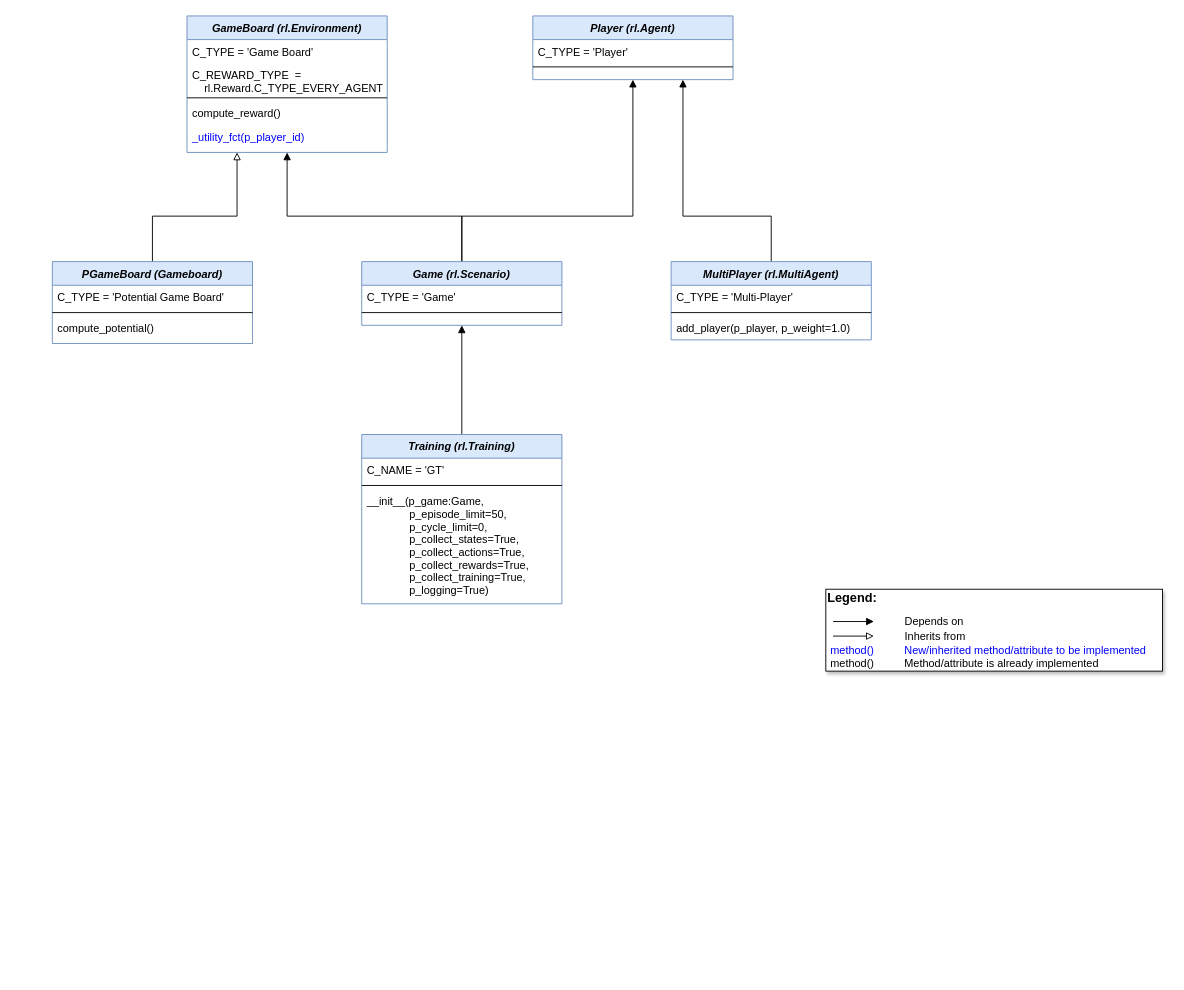
Earlier version of the draw.io diagram doc/gt/MLPro-GT class diagram.drawio (fhswf/MLPro). Source tidied: cells renumbered, new cells numbered last; positions are measured from the earlier drawing's top-left corner, leaving out a move shared by most shapes. Both pictures are drawn from the tidied source at 91%, with x=0, y=0 at pixel (52, 15).
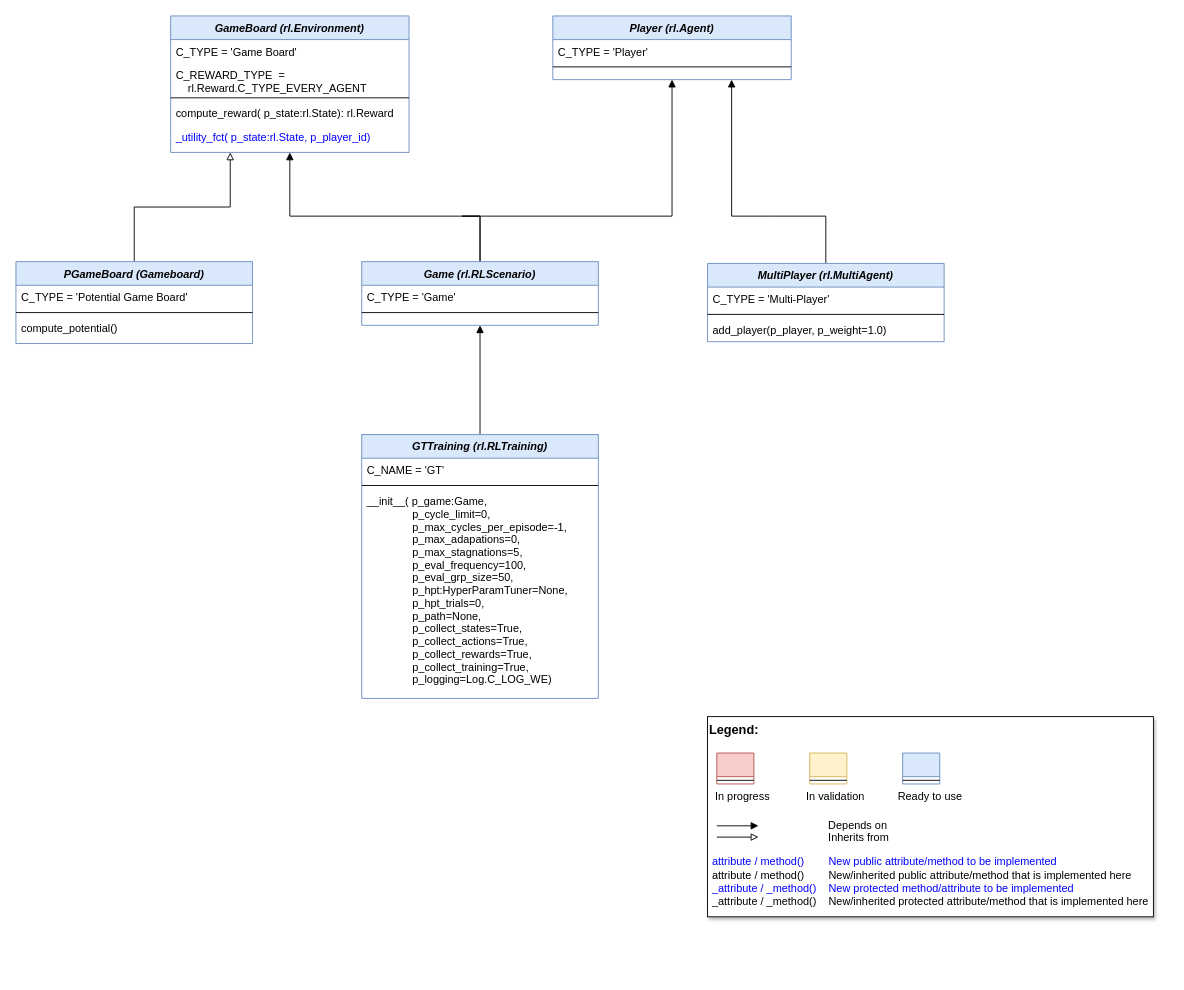
The same diagram, later.

Change to the diagram source:
```diff
@@
     <mxCell id="2" value="Player (rl.Agent)" style="swimlane;fontStyle=3;align=center;verticalAlign=top;horizontal=1;startSize=26;rounded=0;shadow=0;strokeWidth=1;fillColor=#dae8fc;strokeColor=#6c8ebf;" parent="1" vertex="1">
-      <mxGeometry x="528" width="220" height="70" as="geometry" />
+      <mxGeometry x="550" width="262" height="70" as="geometry" />
     </mxCell>
     <mxCell id="3" value="C_TYPE = 'Player'" style="text;align=left;verticalAlign=top;spacingLeft=4;spacingRight=4;overflow=hidden;" parent="2" vertex="1">
-      <mxGeometry y="26" width="220" height="26" as="geometry" />
+      <mxGeometry y="26" width="262" height="26" as="geometry" />
     </mxCell>
     <mxCell id="4" style="line;html=1;strokeWidth=1;align=left;verticalAlign=middle;spacingTop=-1;spacingLeft=3;spacingRight=3;labelPosition=right;" parent="2" vertex="1">
-      <mxGeometry y="52" width="220" height="8" as="geometry" />
+      <mxGeometry y="52" width="262" height="8" as="geometry" />
     </mxCell>
     <mxCell id="5" value="GameBoard (rl.Environment)" style="swimlane;fontStyle=3;align=center;verticalAlign=top;horizontal=1;startSize=26;rounded=0;shadow=0;strokeWidth=1;fillColor=#dae8fc;strokeColor=#6c8ebf;" parent="1" vertex="1">
-      <mxGeometry x="148" width="220" height="150" as="geometry" />
+      <mxGeometry x="130" width="262" height="150" as="geometry" />
     </mxCell>
     <mxCell id="6" value="C_TYPE = 'Game Board'" style="text;align=left;verticalAlign=top;spacingLeft=4;spacingRight=4;overflow=hidden;" parent="5" vertex="1">
-      <mxGeometry y="26" width="220" height="26" as="geometry" />
+      <mxGeometry y="26" width="262" height="26" as="geometry" />
     </mxCell>
     <mxCell id="7" value="C_REWARD_TYPE  = &#10;    rl.Reward.C_TYPE_EVERY_AGENT" style="text;align=left;verticalAlign=top;spacingLeft=4;spacingRight=4;overflow=hidden;" parent="5" vertex="1">
-      <mxGeometry y="52" width="220" height="34" as="geometry" />
+      <mxGeometry y="52" width="262" height="34" as="geometry" />
     </mxCell>
     <mxCell id="8" style="line;html=1;strokeWidth=1;align=left;verticalAlign=middle;spacingTop=-1;spacingLeft=3;spacingRight=3;labelPosition=right;" parent="5" vertex="1">
-      <mxGeometry y="86" width="220" height="8" as="geometry" />
+      <mxGeometry y="86" width="262" height="8" as="geometry" />
     </mxCell>
-    <mxCell id="9" value="compute_reward()" style="text;align=left;verticalAlign=top;spacingLeft=4;spacingRight=4;overflow=hidden;" parent="5" vertex="1">
-      <mxGeometry y="94" width="220" height="26" as="geometry" />
+    <mxCell id="9" value="compute_reward( p_state:rl.State): rl.Reward" style="text;align=left;verticalAlign=top;spacingLeft=4;spacingRight=4;overflow=hidden;" parent="5" vertex="1">
+      <mxGeometry y="94" width="262" height="26" as="geometry" />
     </mxCell>
-    <mxCell id="10" value="_utility_fct(p_player_id)" style="text;align=left;verticalAlign=top;spacingLeft=4;spacingRight=4;overflow=hidden;fontColor=#0000FF;" parent="5" vertex="1">
-      <mxGeometry y="120" width="220" height="26" as="geometry" />
+    <mxCell id="10" value="_utility_fct( p_state:rl.State, p_player_id)" style="text;align=left;verticalAlign=top;spacingLeft=4;spacingRight=4;overflow=hidden;fontColor=#0000FF;" parent="5" vertex="1">
+      <mxGeometry y="120" width="262" height="26" as="geometry" />
     </mxCell>
@@
-    <mxCell id="13" value="Game (rl.Scenario)" style="swimlane;fontStyle=3;align=center;verticalAlign=top;horizontal=1;startSize=26;rounded=0;shadow=0;strokeWidth=1;fillColor=#dae8fc;strokeColor=#6c8ebf;" parent="1" vertex="1">
-      <mxGeometry x="340" y="270" width="220" height="70" as="geometry" />
+    <mxCell id="13" value="Game (rl.RLScenario)" style="swimlane;fontStyle=3;align=center;verticalAlign=top;horizontal=1;startSize=26;rounded=0;shadow=0;strokeWidth=1;fillColor=#dae8fc;strokeColor=#6c8ebf;" parent="1" vertex="1">
+      <mxGeometry x="340" y="270" width="260" height="70" as="geometry" />
     </mxCell>
     <mxCell id="14" value="C_TYPE = 'Game'" style="text;align=left;verticalAlign=top;spacingLeft=4;spacingRight=4;overflow=hidden;" parent="13" vertex="1">
-      <mxGeometry y="26" width="220" height="26" as="geometry" />
+      <mxGeometry y="26" width="260" height="26" as="geometry" />
     </mxCell>
     <mxCell id="15" style="line;html=1;strokeWidth=1;align=left;verticalAlign=middle;spacingTop=-1;spacingLeft=3;spacingRight=3;labelPosition=right;" parent="13" vertex="1">
-      <mxGeometry y="52" width="220" height="8" as="geometry" />
+      <mxGeometry y="52" width="260" height="8" as="geometry" />
     </mxCell>
-    <mxCell id="16" style="group;" parent="1" vertex="1">
-      <mxGeometry x="850" y="630" width="370" height="90" as="geometry" />
-    </mxCell>
-    <mxCell id="17" value="&lt;font color=&quot;#000000&quot; size=&quot;1&quot;&gt;&lt;b style=&quot;font-size: 14px&quot;&gt;Legend:&lt;br&gt;&lt;/b&gt;&lt;/font&gt;&lt;br&gt;&lt;br&gt;&lt;br&gt;&lt;font color=&quot;#0000ff&quot;&gt;&amp;nbsp;method()&amp;nbsp; &amp;nbsp; &amp;nbsp; &amp;nbsp; &amp;nbsp; New/inherited method/attribute to be implemented&lt;/font&gt;&lt;br&gt;&lt;font color=&quot;#000000&quot;&gt;&amp;nbsp;method()&amp;nbsp; &amp;nbsp; &amp;nbsp; &amp;nbsp; &amp;nbsp; Method/attribute is already implemented&lt;/font&gt;" style="text;html=1;align=left;verticalAlign=middle;whiteSpace=wrap;rounded=0;fontColor=#006600;strokeColor=#000000;shadow=1;fillColor=#ffffff;" parent="16" vertex="1">
-      <mxGeometry width="370" height="90" as="geometry" />
-    </mxCell>
-    <mxCell id="18" value="Depends on" style="endArrow=block;html=1;labelPosition=right;verticalLabelPosition=middle;align=left;verticalAlign=middle;endFill=1;fontSize=12;" parent="16" edge="1">
-      <mxGeometry x="1" y="32" relative="1" as="geometry">
-        <mxPoint x="8" y="35.5" as="sourcePoint" />
-        <mxPoint x="52.8" y="35.5" as="targetPoint" />
-        <mxPoint x="32" y="32" as="offset" />
-      </mxGeometry>
-    </mxCell>
-    <mxCell id="19" value="Inherits from" style="endArrow=block;html=1;labelPosition=right;verticalLabelPosition=middle;align=left;verticalAlign=middle;endFill=0;fontSize=12;" parent="16" edge="1">
-      <mxGeometry x="1" y="32" relative="1" as="geometry">
-        <mxPoint x="8" y="51.5" as="sourcePoint" />
-        <mxPoint x="52.8" y="51.5" as="targetPoint" />
-        <mxPoint x="32" y="32" as="offset" />
-      </mxGeometry>
-    </mxCell>
-    <mxCell id="20" style="edgeStyle=orthogonalEdgeStyle;rounded=0;jettySize=auto;html=1;entryX=0.25;entryY=1;entryDx=0;entryDy=0;endArrow=block;endFill=0;exitX=0.5;exitY=0;exitDx=0;exitDy=0;" parent="1" edge="1" source="21" target="5">
-      <mxGeometry relative="1" as="geometry">
-        <Array as="points">
-          <mxPoint x="110" y="220" />
-          <mxPoint x="203" y="220" />
-        </Array>
-      </mxGeometry>
+    <mxCell id="20" style="edgeStyle=orthogonalEdgeStyle;rounded=0;jettySize=auto;html=1;entryX=0.25;entryY=1;entryDx=0;entryDy=0;endArrow=block;endFill=0;" parent="1" edge="1" source="21" target="5">
+      <mxGeometry relative="1" as="geometry" />
     </mxCell>
     <mxCell id="21" value="PGameBoard (Gameboard)" style="swimlane;fontStyle=3;align=center;verticalAlign=top;horizontal=1;startSize=26;rounded=0;shadow=0;strokeWidth=1;fillColor=#dae8fc;strokeColor=#6c8ebf;" parent="1" vertex="1">
-      <mxGeometry y="270" width="220" height="90" as="geometry" />
+      <mxGeometry x="-40" y="270" width="260" height="90" as="geometry" />
     </mxCell>
     <mxCell id="22" value="C_TYPE = 'Potential Game Board'" style="text;align=left;verticalAlign=top;spacingLeft=4;spacingRight=4;overflow=hidden;" parent="21" vertex="1">
-      <mxGeometry y="26" width="220" height="26" as="geometry" />
+      <mxGeometry y="26" width="260" height="26" as="geometry" />
     </mxCell>
     <mxCell id="23" style="line;html=1;strokeWidth=1;align=left;verticalAlign=middle;spacingTop=-1;spacingLeft=3;spacingRight=3;labelPosition=right;" parent="21" vertex="1">
-      <mxGeometry y="52" width="220" height="8" as="geometry" />
+      <mxGeometry y="52" width="260" height="8" as="geometry" />
     </mxCell>
     <mxCell id="24" value="compute_potential()" style="text;align=left;verticalAlign=top;spacingLeft=4;spacingRight=4;overflow=hidden;" parent="21" vertex="1">
-      <mxGeometry y="60" width="220" height="26" as="geometry" />
+      <mxGeometry y="60" width="260" height="26" as="geometry" />
     </mxCell>
@@
     <mxCell id="26" value="MultiPlayer (rl.MultiAgent)" style="swimlane;fontStyle=3;align=center;verticalAlign=top;horizontal=1;startSize=26;rounded=0;shadow=0;strokeWidth=1;fillColor=#dae8fc;strokeColor=#6c8ebf;" parent="1" vertex="1">
-      <mxGeometry x="680" y="270" width="220" height="86" as="geometry" />
+      <mxGeometry x="720" y="272" width="260" height="86" as="geometry" />
     </mxCell>
     <mxCell id="27" value="C_TYPE = 'Multi-Player'" style="text;align=left;verticalAlign=top;spacingLeft=4;spacingRight=4;overflow=hidden;" parent="26" vertex="1">
-      <mxGeometry y="26" width="220" height="26" as="geometry" />
+      <mxGeometry y="26" width="260" height="26" as="geometry" />
     </mxCell>
     <mxCell id="28" style="line;html=1;strokeWidth=1;align=left;verticalAlign=middle;spacingTop=-1;spacingLeft=3;spacingRight=3;labelPosition=right;" parent="26" vertex="1">
-      <mxGeometry y="52" width="220" height="8" as="geometry" />
+      <mxGeometry y="52" width="260" height="8" as="geometry" />
     </mxCell>
     <mxCell id="29" value="add_player(p_player, p_weight=1.0)" style="text;align=left;verticalAlign=top;spacingLeft=4;spacingRight=4;overflow=hidden;" parent="26" vertex="1">
-      <mxGeometry y="60" width="220" height="26" as="geometry" />
+      <mxGeometry y="60" width="260" height="26" as="geometry" />
     </mxCell>
@@
-    <mxCell id="31" value="Training (rl.Training)" style="swimlane;fontStyle=3;align=center;verticalAlign=top;horizontal=1;startSize=26;rounded=0;shadow=0;strokeWidth=1;fillColor=#dae8fc;strokeColor=#6c8ebf;" parent="1" vertex="1">
-      <mxGeometry x="340" y="460" width="220" height="186" as="geometry" />
+    <mxCell id="31" value="GTTraining (rl.RLTraining)" style="swimlane;fontStyle=3;align=center;verticalAlign=top;horizontal=1;startSize=26;rounded=0;shadow=0;strokeWidth=1;fillColor=#dae8fc;strokeColor=#6c8ebf;" parent="1" vertex="1">
+      <mxGeometry x="340" y="460" width="260" height="290" as="geometry" />
     </mxCell>
     <mxCell id="32" value="C_NAME = 'GT'" style="text;align=left;verticalAlign=top;spacingLeft=4;spacingRight=4;overflow=hidden;" parent="31" vertex="1">
-      <mxGeometry y="26" width="220" height="26" as="geometry" />
+      <mxGeometry y="26" width="260" height="26" as="geometry" />
     </mxCell>
     <mxCell id="33" style="line;html=1;strokeWidth=1;align=left;verticalAlign=middle;spacingTop=-1;spacingLeft=3;spacingRight=3;labelPosition=right;" parent="31" vertex="1">
-      <mxGeometry y="52" width="220" height="8" as="geometry" />
+      <mxGeometry y="52" width="260" height="8" as="geometry" />
     </mxCell>
-    <mxCell id="34" value="__init__(p_game:Game,&#10;              p_episode_limit=50,&#10;              p_cycle_limit=0,&#10;              p_collect_states=True,&#10;              p_collect_actions=True,&#10;              p_collect_rewards=True,&#10;              p_collect_training=True,&#10;              p_logging=True)" style="text;align=left;verticalAlign=top;spacingLeft=4;spacingRight=4;overflow=hidden;" parent="31" vertex="1">
-      <mxGeometry y="60" width="220" height="126" as="geometry" />
-    </mxCell>
+    <mxCell id="35" value="__init__( p_game:Game, &#10;               p_cycle_limit=0,&#10;               p_max_cycles_per_episode=-1, &#10;               p_max_adapations=0,&#10;               p_max_stagnations=5,&#10;               p_eval_frequency=100,&#10;               p_eval_grp_size=50,&#10;               p_hpt:HyperParamTuner=None,&#10;               p_hpt_trials=0,&#10;               p_path=None,&#10;               p_collect_states=True,&#10;               p_collect_actions=True,&#10;               p_collect_rewards=True,&#10;               p_collect_training=True,&#10;               p_logging=Log.C_LOG_WE)" style="text;align=left;verticalAlign=top;spacingLeft=4;spacingRight=4;overflow=hidden;" parent="31" vertex="1">
+      <mxGeometry y="60" width="260" height="224" as="geometry" />
+    </mxCell>
+    <mxCell id="36" style="group;" parent="1" vertex="1">
+      <mxGeometry x="720" y="770" width="490" height="220" as="geometry" />
+    </mxCell>
+    <mxCell id="37" value="&lt;font color=&quot;#000000&quot; size=&quot;1&quot;&gt;&lt;b style=&quot;font-size: 14px&quot;&gt;Legend:&lt;br&gt;&lt;/b&gt;&lt;/font&gt;&lt;br&gt;&lt;br&gt;&lt;br&gt;&lt;font color=&quot;#0000ff&quot; style=&quot;font-size: 6px&quot;&gt;&lt;br&gt;&lt;/font&gt;&lt;span style=&quot;color: rgb(0 , 0 , 0)&quot;&gt;&lt;font style=&quot;font-size: 4px&quot;&gt;&amp;nbsp; &amp;nbsp;&lt;/font&gt;&amp;nbsp;In progress&amp;nbsp; &amp;nbsp; &amp;nbsp; &amp;nbsp; &amp;nbsp; &amp;nbsp; In validation&amp;nbsp; &amp;nbsp; &amp;nbsp; &amp;nbsp; &amp;nbsp; &amp;nbsp;Ready to use&lt;/span&gt;&lt;font color=&quot;#000000&quot;&gt;&amp;nbsp;&lt;br&gt;&lt;/font&gt;&lt;font color=&quot;#0000ff&quot;&gt;&lt;br&gt;&lt;br&gt;&lt;br&gt;&lt;br&gt;&amp;nbsp;attribute / method()&amp;nbsp; &amp;nbsp; &amp;nbsp; &amp;nbsp; New public attribute/method to be implemented&lt;/font&gt;&lt;br&gt;&lt;font color=&quot;#000000&quot;&gt;&amp;nbsp;&lt;/font&gt;&lt;font color=&quot;#000000&quot;&gt;attribute / method()&lt;span&gt;&#9;&lt;/span&gt;&amp;nbsp; &amp;nbsp; &amp;nbsp; &amp;nbsp;New/inherited public attribute/method that is implemented here&lt;br&gt;&lt;/font&gt;&lt;font color=&quot;#0000ff&quot;&gt;&amp;nbsp;_attribute /&amp;nbsp;&lt;/font&gt;&lt;font color=&quot;#0000ff&quot;&gt;_method()&amp;nbsp; &amp;nbsp; New protected method/attribute to be implemented&lt;/font&gt;&lt;br&gt;&lt;font color=&quot;#000000&quot;&gt;&amp;nbsp;_attribute / _method()&amp;nbsp; &amp;nbsp; New/inherited protected attribute/method that is implemented here&lt;br&gt;&lt;/font&gt;&lt;font color=&quot;#000000&quot;&gt;&lt;br&gt;&lt;br&gt;&lt;br&gt;&lt;br&gt;&lt;br&gt;&lt;/font&gt;" style="text;html=1;align=left;verticalAlign=top;whiteSpace=wrap;rounded=0;fontColor=#006600;strokeColor=#000000;shadow=1;fillColor=#ffffff;" parent="36" vertex="1">
+      <mxGeometry width="490" height="220" as="geometry" />
+    </mxCell>
+    <mxCell id="18" value="Depends on" style="endArrow=block;html=1;labelPosition=right;verticalLabelPosition=middle;align=left;verticalAlign=middle;endFill=1;fontSize=12;" parent="36" edge="1">
+      <mxGeometry x="-1623.1" y="-2180" as="geometry">
+        <mxPoint x="10.2" y="120" as="sourcePoint" />
+        <mxPoint x="56" y="120" as="targetPoint" />
+        <Array as="points">
+          <mxPoint x="30.6" y="120" />
+        </Array>
+        <mxPoint x="98" as="offset" />
+      </mxGeometry>
+    </mxCell>
+    <mxCell id="19" value="Inherits from" style="endArrow=block;html=1;labelPosition=right;verticalLabelPosition=middle;align=left;verticalAlign=middle;endFill=0;fontSize=12;" parent="36" edge="1">
+      <mxGeometry x="-1623.1" y="-2180" as="geometry">
+        <mxPoint x="10.2" y="132.4" as="sourcePoint" />
+        <mxPoint x="56" y="132.4" as="targetPoint" />
+        <mxPoint x="98" y="1" as="offset" />
+      </mxGeometry>
+    </mxCell>
+    <mxCell id="38" style="swimlane;fontStyle=3;align=center;verticalAlign=top;horizontal=1;startSize=26;rounded=0;shadow=0;strokeWidth=1;fillColor=#f8cecc;strokeColor=#b85450;" parent="36" vertex="1">
+      <mxGeometry x="10.2" y="40" width="40.8" height="34" as="geometry" />
+    </mxCell>
+    <mxCell id="39" style="line;html=1;strokeWidth=1;align=left;verticalAlign=middle;spacingTop=-1;spacingLeft=3;spacingRight=3;labelPosition=right;" parent="38" vertex="1">
+      <mxGeometry y="26" width="40.8" height="8" as="geometry" />
+    </mxCell>
+    <mxCell id="40" style="swimlane;fontStyle=3;align=center;verticalAlign=top;horizontal=1;startSize=26;rounded=0;shadow=0;strokeWidth=1;fillColor=#fff2cc;strokeColor=#d6b656;" parent="36" vertex="1">
+      <mxGeometry x="112.3" y="40" width="40.8" height="34" as="geometry" />
+    </mxCell>
+    <mxCell id="41" style="line;html=1;strokeWidth=1;align=left;verticalAlign=middle;spacingTop=-1;spacingLeft=3;spacingRight=3;labelPosition=right;" parent="40" vertex="1">
+      <mxGeometry y="26" width="40.8" height="8" as="geometry" />
+    </mxCell>
+    <mxCell id="42" style="swimlane;fontStyle=3;align=center;verticalAlign=top;horizontal=1;startSize=26;rounded=0;shadow=0;strokeWidth=1;fillColor=#dae8fc;strokeColor=#6c8ebf;" parent="36" vertex="1">
+      <mxGeometry x="214.4" y="40" width="40.8" height="34" as="geometry" />
+    </mxCell>
+    <mxCell id="43" style="line;html=1;strokeWidth=1;align=left;verticalAlign=middle;spacingTop=-1;spacingLeft=3;spacingRight=3;labelPosition=right;" parent="42" vertex="1">
+      <mxGeometry y="26" width="40.8" height="8" as="geometry" />
+    </mxCell>
```
